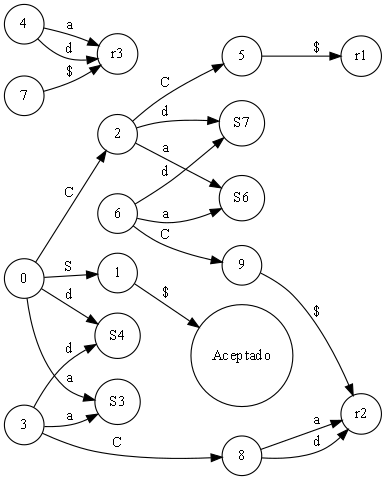
Earlier version of the Graphviz export analizador/archivosSalida/analizadorLR1.gv.png (danyguancha/AnalizadorLR1). Its source is kept beside it as analizador/archivosSalida/analizadorLR1.gv. The source it was exported from:
```dot
digraph {
	rankdir=LR size="8,5"
	node [shape=circle]
	0 -> S3 [label=a]
	0 -> S4 [label=d]
	0 -> 2 [label=C]
	0 -> 1 [label=S]
	1 -> Aceptado [label="$"]
	2 -> S6 [label=a]
	2 -> S7 [label=d]
	2 -> 5 [label=C]
	3 -> S3 [label=a]
	3 -> S4 [label=d]
	3 -> 8 [label=C]
	4 -> r3 [label=a]
	4 -> r3 [label=d]
	5 -> r1 [label="$"]
	6 -> S6 [label=a]
	6 -> S7 [label=d]
	6 -> 9 [label=C]
	7 -> r3 [label="$"]
	8 -> r2 [label=a]
	8 -> r2 [label=d]
	9 -> r2 [label="$"]
}
```
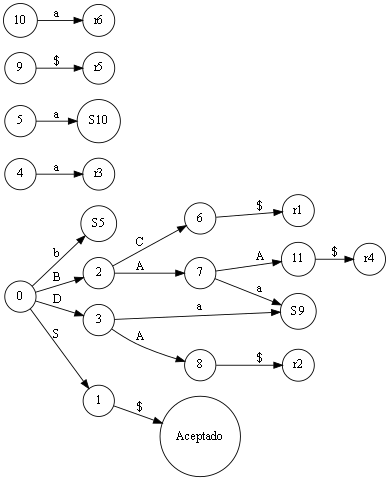
After the commit.

Change to the diagram source:
```diff
@@ -1,25 +1,22 @@
 digraph {
 	rankdir=LR size="8,5"
 	node [shape=circle]
-	0 -> S3 [label=a]
-	0 -> S4 [label=d]
-	0 -> 2 [label=C]
+	0 -> S5 [label=b]
+	0 -> 2 [label=B]
+	0 -> 3 [label=D]
 	0 -> 1 [label=S]
 	1 -> Aceptado [label="$"]
-	2 -> S6 [label=a]
-	2 -> S7 [label=d]
-	2 -> 5 [label=C]
-	3 -> S3 [label=a]
-	3 -> S4 [label=d]
-	3 -> 8 [label=C]
+	2 -> 7 [label=A]
+	2 -> 6 [label=C]
+	3 -> S9 [label=a]
+	3 -> 8 [label=A]
 	4 -> r3 [label=a]
-	4 -> r3 [label=d]
-	5 -> r1 [label="$"]
-	6 -> S6 [label=a]
-	6 -> S7 [label=d]
-	6 -> 9 [label=C]
-	7 -> r3 [label="$"]
-	8 -> r2 [label=a]
-	8 -> r2 [label=d]
-	9 -> r2 [label="$"]
+	5 -> S10 [label=a]
+	6 -> r1 [label="$"]
+	7 -> S9 [label=a]
+	7 -> 11 [label=A]
+	8 -> r2 [label="$"]
+	9 -> r5 [label="$"]
+	10 -> r6 [label=a]
+	11 -> r4 [label="$"]
 }
```
